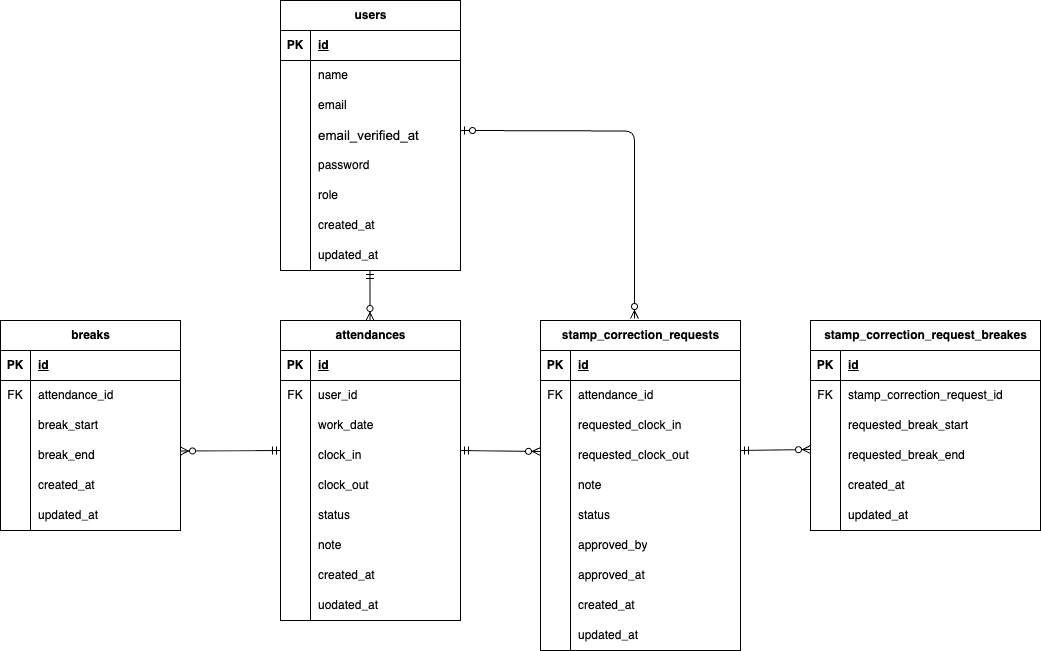
Before: src/app/docs/er.drawio.png, a diagram exported from draw.io (aokiaiko/attendance-app). Source tidied: cells renumbered, new cells last; positions are measured from the earlier drawing's top-left corner, leaving out a move shared by most shapes.
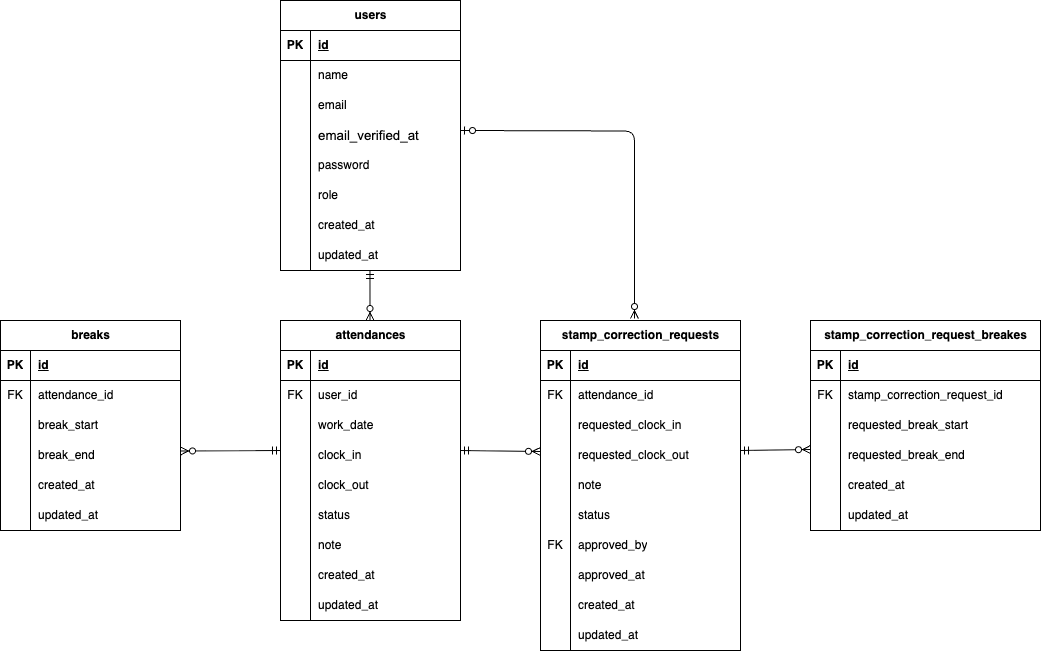
The same file after the commit.

The edit, as a diff of the source:
```diff
@@ -158,7 +158,7 @@
     <mxCell id="53" style="shape=partialRectangle;fillColor=none;top=0;left=0;bottom=0;right=0;overflow=hidden;whiteSpace=wrap;html=1;" parent="52" vertex="1">
       <mxGeometry width="30" height="30" as="geometry" />
     </mxCell>
-    <mxCell id="54" value="uodated_at" style="shape=partialRectangle;fillColor=none;top=0;left=0;bottom=0;right=0;align=left;spacingLeft=6;overflow=hidden;whiteSpace=wrap;html=1;" parent="52" vertex="1">
+    <mxCell id="54" value="updated_at" style="shape=partialRectangle;fillColor=none;top=0;left=0;bottom=0;right=0;align=left;spacingLeft=6;overflow=hidden;whiteSpace=wrap;html=1;" parent="52" vertex="1">
       <mxGeometry x="30" width="150" height="30" as="geometry" />
     </mxCell>
     <mxCell id="55" value="breaks" style="shape=table;startSize=30;rowLines=0;fontStyle=1;align=center;html=1;" parent="1" vertex="1">
@@ -278,7 +278,7 @@
     <mxCell id="93" style="shape=tableRow;horizontal=0;startSize=0;swimlaneHead=0;swimlaneBody=0;fillColor=none;top=0;left=0;right=0;bottom=0;" parent="74" vertex="1">
       <mxGeometry y="210" width="200" height="30" as="geometry" />
     </mxCell>
-    <mxCell id="94" style="shape=partialRectangle;fillColor=none;top=0;left=0;bottom=0;right=0;overflow=hidden;whiteSpace=wrap;html=1;" parent="93" vertex="1">
+    <mxCell id="94" value="FK" style="shape=partialRectangle;fillColor=none;top=0;left=0;bottom=0;right=0;overflow=hidden;whiteSpace=wrap;html=1;" parent="93" vertex="1">
       <mxGeometry width="30" height="30" as="geometry" />
     </mxCell>
     <mxCell id="95" value="approved_by" style="shape=partialRectangle;fillColor=none;top=0;left=0;bottom=0;right=0;align=left;spacingLeft=6;overflow=hidden;whiteSpace=wrap;html=1;" parent="93" vertex="1">
```
